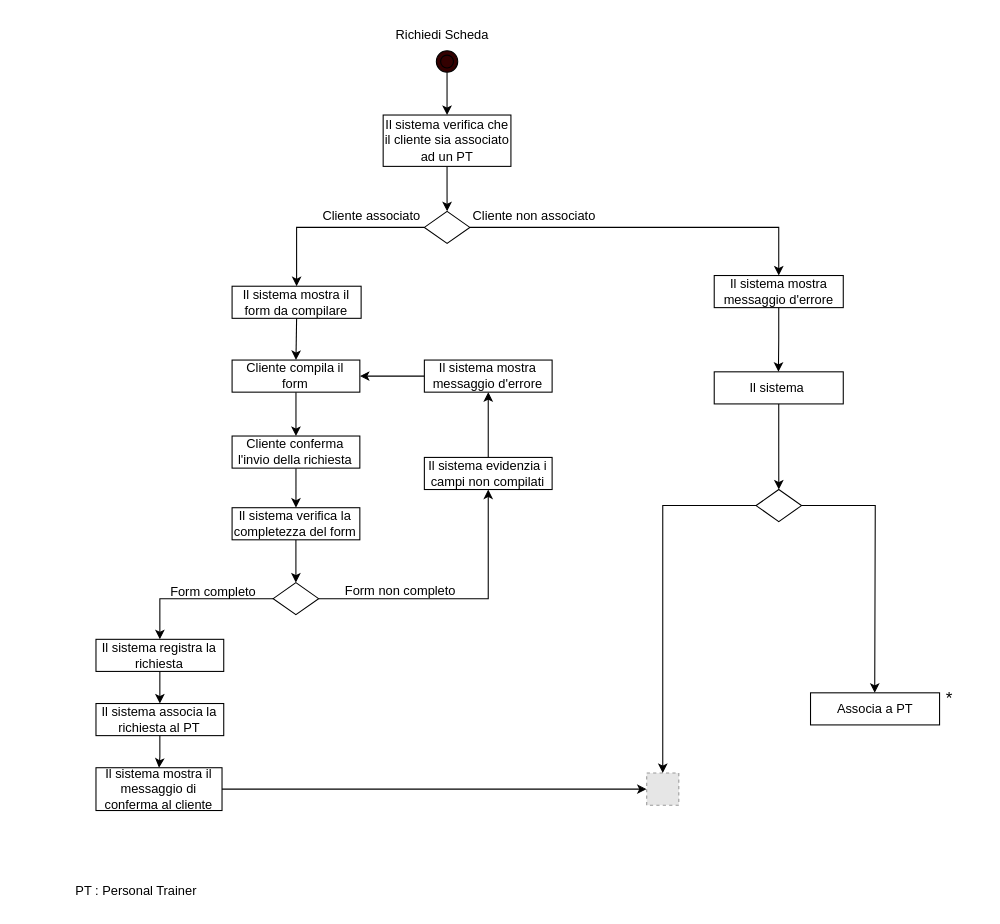
The draw.io diagram page "Pagina-1" (1 of 2) of ActivityDiagram/RichiediScheda.drawio in FedericoSib/FitPlan, before the edit. Source tidied: cells renumbered, new cells numbered last; positions are measured from the earlier drawing's top-left corner, leaving out a move shared by most shapes. Both pictures are drawn from the tidied source at 107%, with x=0, y=0 at pixel (18, 18). Pictures stored in the file or linked from it are replaced by grey dashed boxes.
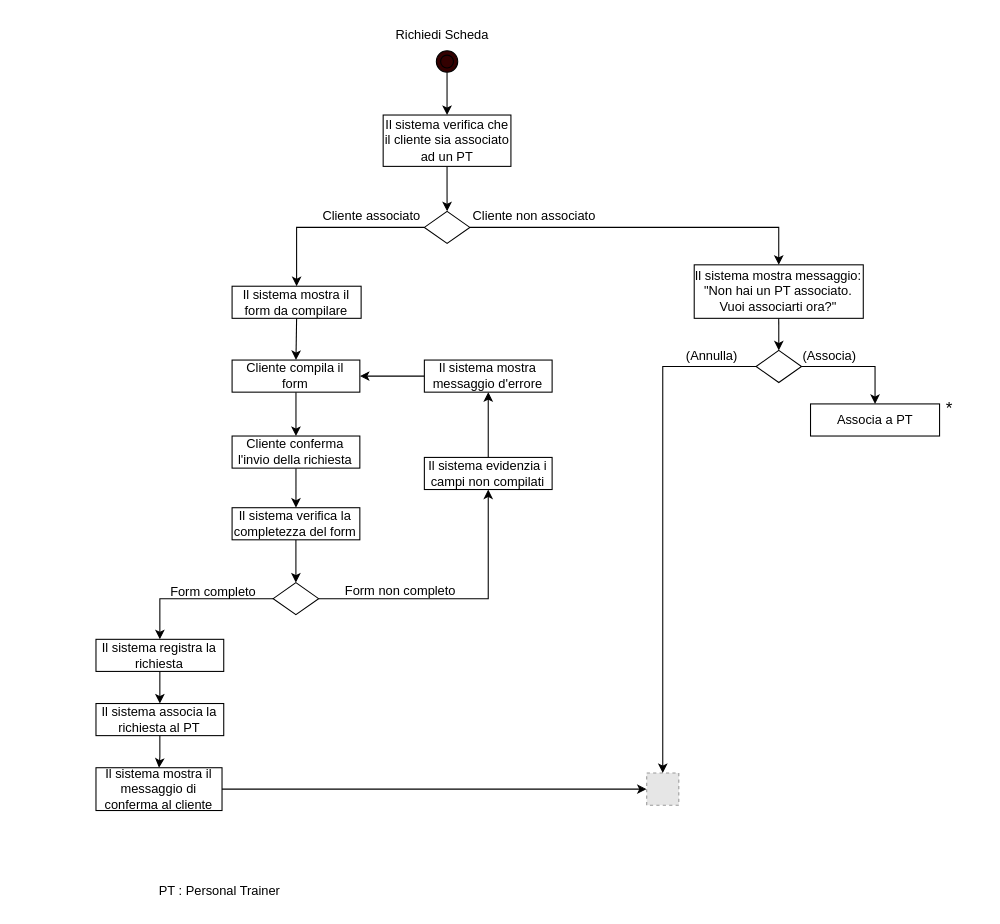
The same page after the edit.

What changed in the source:
```diff
@@
     <mxCell id="7" value="PT : Personal Trainer" style="text;html=1;whiteSpace=wrap;strokeColor=none;fillColor=none;align=center;verticalAlign=middle;rounded=0;" parent="1" vertex="1">
-      <mxGeometry y="800" width="220" height="30" as="geometry" />
+      <mxGeometry x="78" y="800" width="220" height="30" as="geometry" />
     </mxCell>
@@
+    <mxCell id="47" style="edgeStyle=orthogonalEdgeStyle;rounded=0;jettySize=auto;html=1;exitX=0.5;exitY=1;exitDx=0;exitDy=0;entryX=0.5;entryY=0;entryDx=0;entryDy=0;" parent="1" edge="1" source="38" target="41">
+      <mxGeometry relative="1" as="geometry" />
+    </mxCell>
-    <mxCell id="38" value="Il sistema mostra messaggio d'errore" style="rounded=0;whiteSpace=wrap;html=1;" parent="1" vertex="1">
-      <mxGeometry x="650" y="240" width="120.6" height="30" as="geometry" />
+    <mxCell id="38" value="&lt;span&gt;Il sistema mostra messaggio:&lt;br&gt;&lt;/span&gt;&lt;span&gt;&quot;Non hai un PT associato.&lt;br&gt;&lt;/span&gt;&lt;span&gt;                              Vuoi associarti ora?&quot;&lt;/span&gt;" style="rounded=0;whiteSpace=wrap;html=1;" parent="1" vertex="1">
+      <mxGeometry x="631.3" y="230" width="158" height="50" as="geometry" />
     </mxCell>
-    <mxCell id="39" value="&amp;nbsp;" style="text;html=1;whiteSpace=wrap;strokeColor=none;fillColor=none;align=center;verticalAlign=middle;rounded=0;fontSize=16;" parent="1" vertex="1">
-      <mxGeometry x="690" y="320" width="60" height="30" as="geometry" />
-    </mxCell>
-    <mxCell id="40" style="edgeStyle=orthogonalEdgeStyle;rounded=0;jettySize=auto;html=1;entryX=0.5;entryY=0;entryDx=0;entryDy=0;exitX=0.5;exitY=1;exitDx=0;exitDy=0;" parent="1" edge="1" source="42" target="41">
-      <mxGeometry relative="1" as="geometry" />
-    </mxCell>
+    <mxCell id="48" style="edgeStyle=orthogonalEdgeStyle;rounded=0;jettySize=auto;html=1;exitX=1;exitY=0.5;exitDx=0;exitDy=0;entryX=0.5;entryY=0;entryDx=0;entryDy=0;" parent="1" edge="1" source="41" target="45">
+      <mxGeometry relative="1" as="geometry" />
+    </mxCell>
     <mxCell id="41" style="rhombus;whiteSpace=wrap;html=1;" parent="1" vertex="1">
-      <mxGeometry x="689.1" y="440" width="42.5" height="30" as="geometry" />
+      <mxGeometry x="689.1" y="310" width="42.5" height="30" as="geometry" />
     </mxCell>
-    <mxCell id="42" value="Il sistema&amp;nbsp;" style="rounded=0;whiteSpace=wrap;html=1;" parent="1" vertex="1">
-      <mxGeometry x="650" y="330" width="120.6" height="30" as="geometry" />
-    </mxCell>
-    <mxCell id="43" style="edgeStyle=orthogonalEdgeStyle;rounded=0;jettySize=auto;html=1;exitX=0.5;exitY=1;exitDx=0;exitDy=0;" parent="1" edge="1" source="38">
-      <mxGeometry relative="1" as="geometry">
-        <mxPoint x="710" y="330" as="targetPoint" />
-      </mxGeometry>
-    </mxCell>
-    <mxCell id="44" style="edgeStyle=orthogonalEdgeStyle;rounded=0;jettySize=auto;html=1;exitX=1;exitY=0.5;exitDx=0;exitDy=0;" parent="1" edge="1" source="41">
-      <mxGeometry relative="1" as="geometry">
-        <mxPoint x="800" y="630" as="targetPoint" />
-      </mxGeometry>
-    </mxCell>
     <mxCell id="45" value="Associa a PT" style="rounded=0;whiteSpace=wrap;html=1;" parent="1" vertex="1">
-      <mxGeometry x="740" y="630" width="120.6" height="30" as="geometry" />
+      <mxGeometry x="740" y="360" width="120.6" height="30" as="geometry" />
     </mxCell>
     <mxCell id="46" value="*" style="text;html=1;whiteSpace=wrap;strokeColor=none;fillColor=none;align=center;verticalAlign=middle;rounded=0;fontSize=16;" parent="1" vertex="1">
-      <mxGeometry x="840" y="620" width="60" height="30" as="geometry" />
+      <mxGeometry x="840" y="349" width="60" height="30" as="geometry" />
     </mxCell>
+    <mxCell id="49" value="(Associa)" style="text;html=1;whiteSpace=wrap;strokeColor=none;fillColor=none;align=center;verticalAlign=middle;rounded=0;" parent="1" vertex="1">
+      <mxGeometry x="728" y="300" width="60" height="30" as="geometry" />
+    </mxCell>
+    <mxCell id="50" value="(Annulla)" style="text;html=1;whiteSpace=wrap;strokeColor=none;fillColor=none;align=center;verticalAlign=middle;rounded=0;" parent="1" vertex="1">
+      <mxGeometry x="618" y="300" width="60" height="30" as="geometry" />
+    </mxCell>
```
